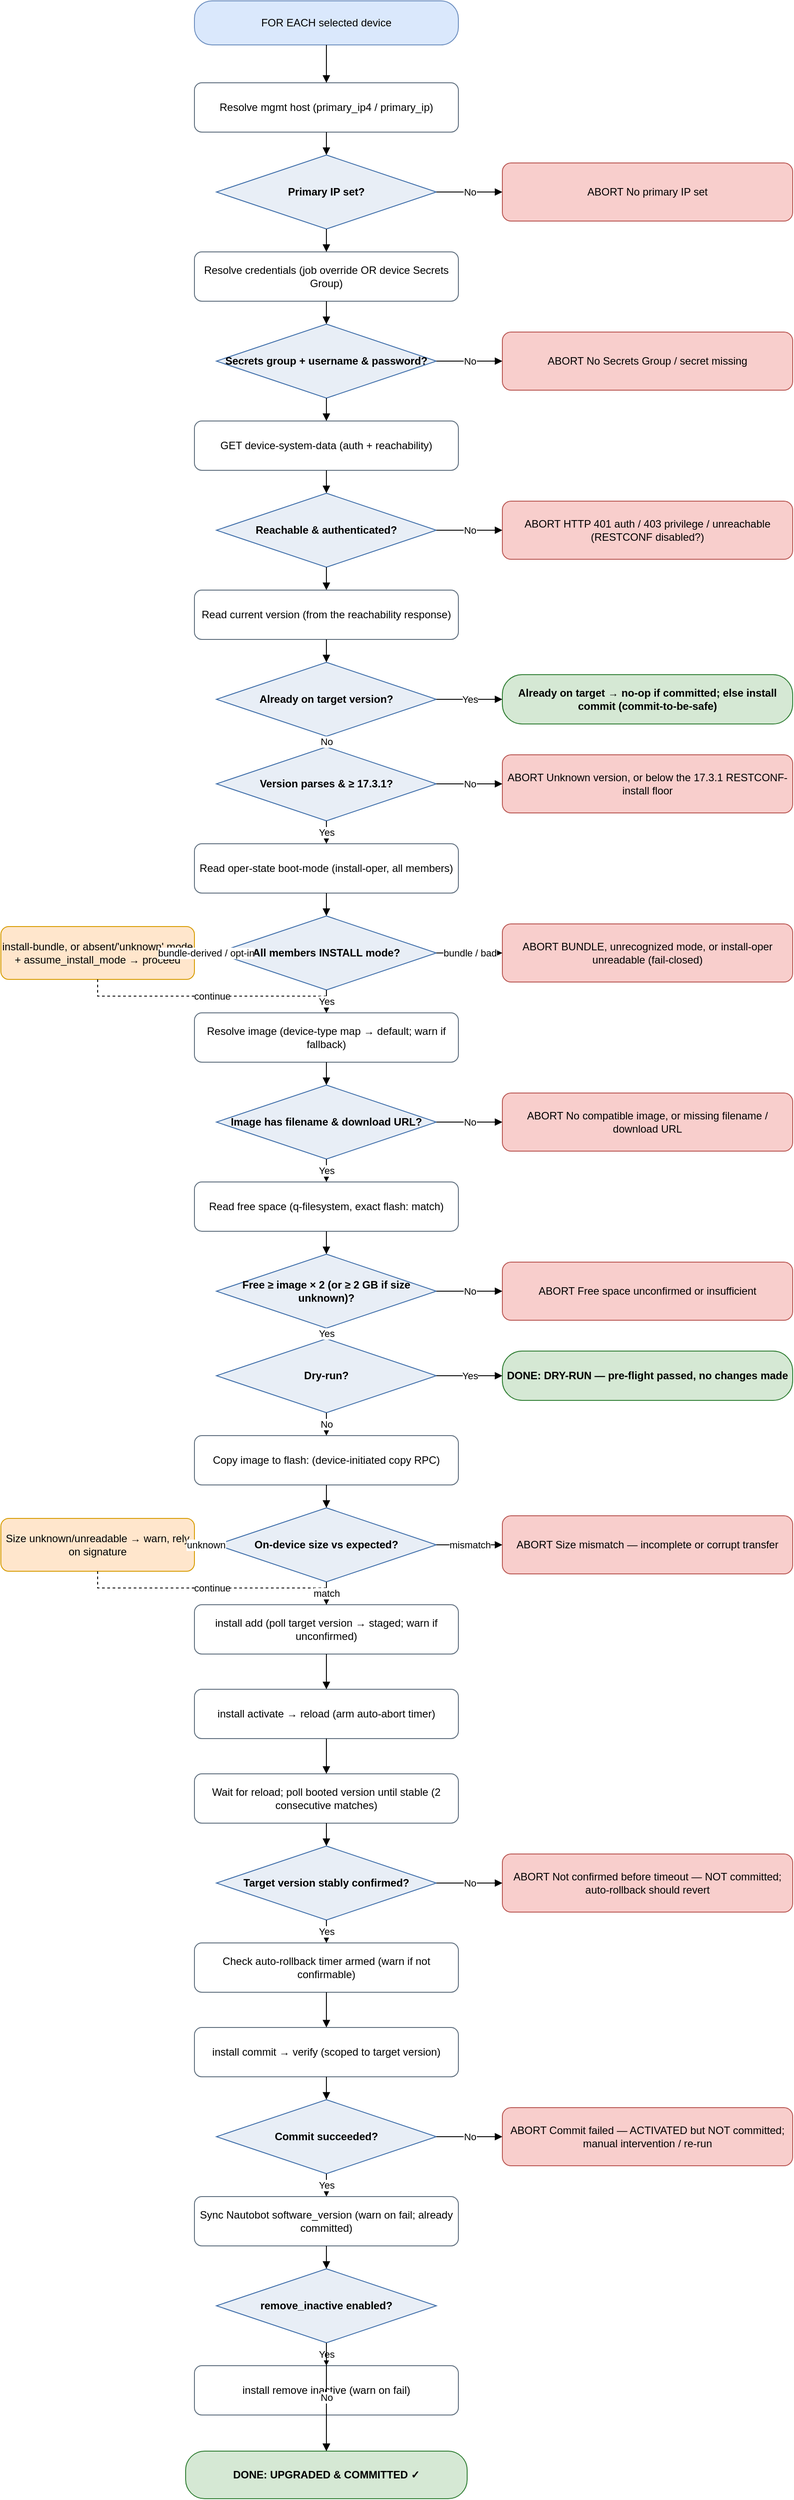
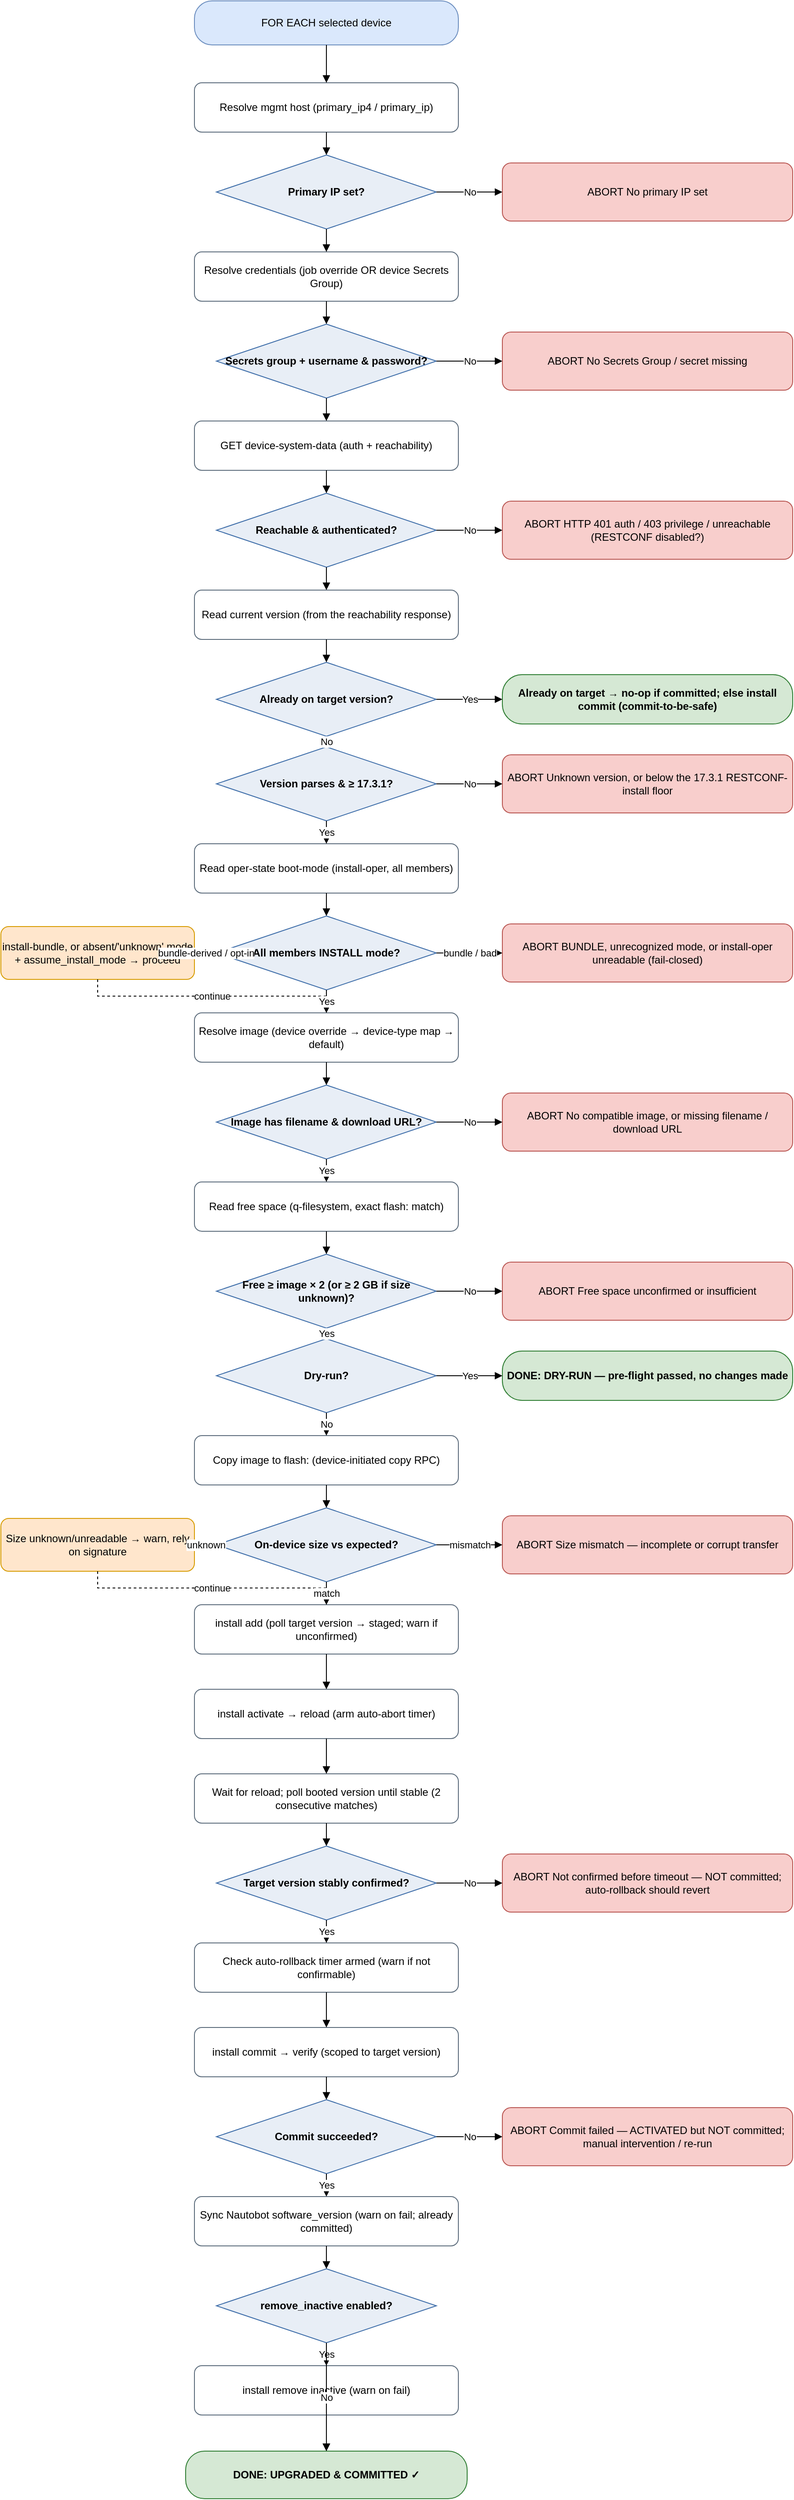
<mxfile host="app.diagrams.net" type="device">
  <diagram name="IOS-XE upgrade flow" id="iosxe-upgrade-flow">
    <mxGraphModel dx="1000" dy="2000" grid="1" gridSize="10" guides="1" tooltips="1"
        connect="1" arrows="1" fold="1" page="1" pageScale="1" math="0" shadow="0">
      <root>
        <mxCell id="0"/>
        <mxCell id="1" parent="0"/>
        <mxCell id="start" value="FOR EACH selected device" style="rounded=1;arcSize=40;whiteSpace=wrap;html=1;fillColor=#DAE8FC;strokeColor=#6C8EBF;" vertex="1" parent="1"><mxGeometry x="250" y="31" width="300" height="50" as="geometry"/></mxCell>
        <mxCell id="host" value="Resolve mgmt host&amp;#10;(primary_ip4 / primary_ip)" style="rounded=1;whiteSpace=wrap;html=1;fillColor=#FFFFFF;strokeColor=#5B6B7B;" vertex="1" parent="1"><mxGeometry x="250" y="124" width="300" height="56" as="geometry"/></mxCell>
        <mxCell id="d_ip" value="Primary IP set?" style="rhombus;whiteSpace=wrap;html=1;fillColor=#E8EEF6;strokeColor=#3C6CA8;fontStyle=1;" vertex="1" parent="1"><mxGeometry x="275" y="206" width="250" height="84" as="geometry"/></mxCell>
        <mxCell id="cred" value="Resolve credentials&amp;#10;(job override OR device Secrets Group)" style="rounded=1;whiteSpace=wrap;html=1;fillColor=#FFFFFF;strokeColor=#5B6B7B;" vertex="1" parent="1"><mxGeometry x="250" y="316" width="300" height="56" as="geometry"/></mxCell>
        <mxCell id="d_cred" value="Secrets group +&amp;#10;username &amp; password?" style="rhombus;whiteSpace=wrap;html=1;fillColor=#E8EEF6;strokeColor=#3C6CA8;fontStyle=1;" vertex="1" parent="1"><mxGeometry x="275" y="398" width="250" height="84" as="geometry"/></mxCell>
        <mxCell id="reach" value="GET device-system-data&amp;#10;(auth + reachability)" style="rounded=1;whiteSpace=wrap;html=1;fillColor=#FFFFFF;strokeColor=#5B6B7B;" vertex="1" parent="1"><mxGeometry x="250" y="508" width="300" height="56" as="geometry"/></mxCell>
        <mxCell id="d_reach" value="Reachable &amp;&amp;#10;authenticated?" style="rhombus;whiteSpace=wrap;html=1;fillColor=#E8EEF6;strokeColor=#3C6CA8;fontStyle=1;" vertex="1" parent="1"><mxGeometry x="275" y="590" width="250" height="84" as="geometry"/></mxCell>
        <mxCell id="curr" value="Read current version&amp;#10;(from the reachability response)" style="rounded=1;whiteSpace=wrap;html=1;fillColor=#FFFFFF;strokeColor=#5B6B7B;" vertex="1" parent="1"><mxGeometry x="250" y="700" width="300" height="56" as="geometry"/></mxCell>
        <mxCell id="d_target" value="Already on&amp;#10;target version?" style="rhombus;whiteSpace=wrap;html=1;fillColor=#E8EEF6;strokeColor=#3C6CA8;fontStyle=1;" vertex="1" parent="1"><mxGeometry x="275" y="782" width="250" height="84" as="geometry"/></mxCell>
        <mxCell id="d_floor" value="Version parses&amp;#10;&amp; ≥ 17.3.1?" style="rhombus;whiteSpace=wrap;html=1;fillColor=#E8EEF6;strokeColor=#3C6CA8;fontStyle=1;" vertex="1" parent="1"><mxGeometry x="275" y="878" width="250" height="84" as="geometry"/></mxCell>
        <mxCell id="mode" value="Read oper-state boot-mode&amp;#10;(install-oper, all members)" style="rounded=1;whiteSpace=wrap;html=1;fillColor=#FFFFFF;strokeColor=#5B6B7B;" vertex="1" parent="1"><mxGeometry x="250" y="988" width="300" height="56" as="geometry"/></mxCell>
        <mxCell id="d_mode" value="All members&amp;#10;INSTALL mode?" style="rhombus;whiteSpace=wrap;html=1;fillColor=#E8EEF6;strokeColor=#3C6CA8;fontStyle=1;" vertex="1" parent="1"><mxGeometry x="275" y="1070" width="250" height="84" as="geometry"/></mxCell>
-         <mxCell id="img" value="Resolve image (device-type map&amp;#10;→ default; warn if fallback)" style="rounded=1;whiteSpace=wrap;html=1;fillColor=#FFFFFF;strokeColor=#5B6B7B;" vertex="1" parent="1"><mxGeometry x="250" y="1180" width="300" height="56" as="geometry"/></mxCell>
+         <mxCell id="img" value="Resolve image (device override →&amp;#10;device-type map → default)" style="rounded=1;whiteSpace=wrap;html=1;fillColor=#FFFFFF;strokeColor=#5B6B7B;" vertex="1" parent="1"><mxGeometry x="250" y="1180" width="300" height="56" as="geometry"/></mxCell>
        <mxCell id="d_img" value="Image has filename&amp;#10;&amp; download URL?" style="rhombus;whiteSpace=wrap;html=1;fillColor=#E8EEF6;strokeColor=#3C6CA8;fontStyle=1;" vertex="1" parent="1"><mxGeometry x="275" y="1262" width="250" height="84" as="geometry"/></mxCell>
        <mxCell id="space" value="Read free space&amp;#10;(q-filesystem, exact flash: match)" style="rounded=1;whiteSpace=wrap;html=1;fillColor=#FFFFFF;strokeColor=#5B6B7B;" vertex="1" parent="1"><mxGeometry x="250" y="1372" width="300" height="56" as="geometry"/></mxCell>
        <mxCell id="d_space" value="Free ≥ image × 2&amp;#10;(or ≥ 2 GB if size unknown)?" style="rhombus;whiteSpace=wrap;html=1;fillColor=#E8EEF6;strokeColor=#3C6CA8;fontStyle=1;" vertex="1" parent="1"><mxGeometry x="275" y="1454" width="250" height="84" as="geometry"/></mxCell>
        <mxCell id="d_dry" value="Dry-run?" style="rhombus;whiteSpace=wrap;html=1;fillColor=#E8EEF6;strokeColor=#3C6CA8;fontStyle=1;" vertex="1" parent="1"><mxGeometry x="275" y="1550" width="250" height="84" as="geometry"/></mxCell>
        <mxCell id="copy" value="Copy image to flash:&amp;#10;(device-initiated copy RPC)" style="rounded=1;whiteSpace=wrap;html=1;fillColor=#FFFFFF;strokeColor=#5B6B7B;" vertex="1" parent="1"><mxGeometry x="250" y="1660" width="300" height="56" as="geometry"/></mxCell>
        <mxCell id="d_size" value="On-device size&amp;#10;vs expected?" style="rhombus;whiteSpace=wrap;html=1;fillColor=#E8EEF6;strokeColor=#3C6CA8;fontStyle=1;" vertex="1" parent="1"><mxGeometry x="275" y="1742" width="250" height="84" as="geometry"/></mxCell>
        <mxCell id="add" value="install add (poll target version&amp;#10;→ staged; warn if unconfirmed)" style="rounded=1;whiteSpace=wrap;html=1;fillColor=#FFFFFF;strokeColor=#5B6B7B;" vertex="1" parent="1"><mxGeometry x="250" y="1852" width="300" height="56" as="geometry"/></mxCell>
        <mxCell id="act" value="install activate → reload&amp;#10;(arm auto-abort timer)" style="rounded=1;whiteSpace=wrap;html=1;fillColor=#FFFFFF;strokeColor=#5B6B7B;" vertex="1" parent="1"><mxGeometry x="250" y="1948" width="300" height="56" as="geometry"/></mxCell>
        <mxCell id="waitc" value="Wait for reload; poll booted version&amp;#10;until stable (2 consecutive matches)" style="rounded=1;whiteSpace=wrap;html=1;fillColor=#FFFFFF;strokeColor=#5B6B7B;" vertex="1" parent="1"><mxGeometry x="250" y="2044" width="300" height="56" as="geometry"/></mxCell>
        <mxCell id="d_confirm" value="Target version&amp;#10;stably confirmed?" style="rhombus;whiteSpace=wrap;html=1;fillColor=#E8EEF6;strokeColor=#3C6CA8;fontStyle=1;" vertex="1" parent="1"><mxGeometry x="275" y="2126" width="250" height="84" as="geometry"/></mxCell>
        <mxCell id="rollbackchk" value="Check auto-rollback timer armed&amp;#10;(warn if not confirmable)" style="rounded=1;whiteSpace=wrap;html=1;fillColor=#FFFFFF;strokeColor=#5B6B7B;" vertex="1" parent="1"><mxGeometry x="250" y="2236" width="300" height="56" as="geometry"/></mxCell>
        <mxCell id="commit" value="install commit → verify&amp;#10;(scoped to target version)" style="rounded=1;whiteSpace=wrap;html=1;fillColor=#FFFFFF;strokeColor=#5B6B7B;" vertex="1" parent="1"><mxGeometry x="250" y="2332" width="300" height="56" as="geometry"/></mxCell>
        <mxCell id="d_commit" value="Commit&amp;#10;succeeded?" style="rhombus;whiteSpace=wrap;html=1;fillColor=#E8EEF6;strokeColor=#3C6CA8;fontStyle=1;" vertex="1" parent="1"><mxGeometry x="275" y="2414" width="250" height="84" as="geometry"/></mxCell>
        <mxCell id="sync" value="Sync Nautobot software_version&amp;#10;(warn on fail; already committed)" style="rounded=1;whiteSpace=wrap;html=1;fillColor=#FFFFFF;strokeColor=#5B6B7B;" vertex="1" parent="1"><mxGeometry x="250" y="2524" width="300" height="56" as="geometry"/></mxCell>
        <mxCell id="d_remove" value="remove_inactive&amp;#10;enabled?" style="rhombus;whiteSpace=wrap;html=1;fillColor=#E8EEF6;strokeColor=#3C6CA8;fontStyle=1;" vertex="1" parent="1"><mxGeometry x="275" y="2606" width="250" height="84" as="geometry"/></mxCell>
        <mxCell id="remove" value="install remove inactive&amp;#10;(warn on fail)" style="rounded=1;whiteSpace=wrap;html=1;fillColor=#FFFFFF;strokeColor=#5B6B7B;" vertex="1" parent="1"><mxGeometry x="250" y="2716" width="300" height="56" as="geometry"/></mxCell>
        <mxCell id="ok" value="DONE: UPGRADED &amp; COMMITTED ✓" style="rounded=1;arcSize=40;whiteSpace=wrap;html=1;fillColor=#D5E8D4;strokeColor=#2E7D32;fontStyle=1;" vertex="1" parent="1"><mxGeometry x="240" y="2813" width="320" height="54" as="geometry"/></mxCell>
        <mxCell id="d_ip_abort" value="ABORT&amp;#10;No primary IP set" style="rounded=1;whiteSpace=wrap;html=1;fillColor=#F8CECC;strokeColor=#B85450;" vertex="1" parent="1"><mxGeometry x="600" y="215" width="330" height="66" as="geometry"/></mxCell>
        <mxCell id="d_cred_abort" value="ABORT&amp;#10;No Secrets Group / secret missing" style="rounded=1;whiteSpace=wrap;html=1;fillColor=#F8CECC;strokeColor=#B85450;" vertex="1" parent="1"><mxGeometry x="600" y="407" width="330" height="66" as="geometry"/></mxCell>
        <mxCell id="d_reach_abort" value="ABORT&amp;#10;HTTP 401 auth / 403 privilege /&amp;#10;unreachable (RESTCONF disabled?)" style="rounded=1;whiteSpace=wrap;html=1;fillColor=#F8CECC;strokeColor=#B85450;" vertex="1" parent="1"><mxGeometry x="600" y="599" width="330" height="66" as="geometry"/></mxCell>
        <mxCell id="d_target_ok" value="Already on target → no-op if committed;&amp;#10;else install commit (commit-to-be-safe)" style="rounded=1;arcSize=40;whiteSpace=wrap;html=1;fillColor=#D5E8D4;strokeColor=#2E7D32;fontStyle=1;" vertex="1" parent="1"><mxGeometry x="600" y="796" width="330" height="56" as="geometry"/></mxCell>
        <mxCell id="d_floor_abort" value="ABORT&amp;#10;Unknown version, or below the&amp;#10;17.3.1 RESTCONF-install floor" style="rounded=1;whiteSpace=wrap;html=1;fillColor=#F8CECC;strokeColor=#B85450;" vertex="1" parent="1"><mxGeometry x="600" y="887" width="330" height="66" as="geometry"/></mxCell>
        <mxCell id="d_mode_abort" value="ABORT&amp;#10;BUNDLE, unrecognized mode, or&amp;#10;install-oper unreadable (fail-closed)" style="rounded=1;whiteSpace=wrap;html=1;fillColor=#F8CECC;strokeColor=#B85450;" vertex="1" parent="1"><mxGeometry x="600" y="1079" width="330" height="66" as="geometry"/></mxCell>
        <mxCell id="d_mode_warn" value="install-bundle, or absent/&#x27;unknown&#x27;&amp;#10;mode + assume_install_mode → proceed" style="rounded=1;whiteSpace=wrap;html=1;fillColor=#FFE6CC;strokeColor=#D79B00;" vertex="1" parent="1"><mxGeometry x="30" y="1082" width="220" height="60" as="geometry"/></mxCell>
        <mxCell id="d_img_abort" value="ABORT&amp;#10;No compatible image, or missing&amp;#10;filename / download URL" style="rounded=1;whiteSpace=wrap;html=1;fillColor=#F8CECC;strokeColor=#B85450;" vertex="1" parent="1"><mxGeometry x="600" y="1271" width="330" height="66" as="geometry"/></mxCell>
        <mxCell id="d_space_abort" value="ABORT&amp;#10;Free space unconfirmed or&amp;#10;insufficient" style="rounded=1;whiteSpace=wrap;html=1;fillColor=#F8CECC;strokeColor=#B85450;" vertex="1" parent="1"><mxGeometry x="600" y="1463" width="330" height="66" as="geometry"/></mxCell>
        <mxCell id="d_dry_ok" value="DONE: DRY-RUN — pre-flight&amp;#10;passed, no changes made" style="rounded=1;arcSize=40;whiteSpace=wrap;html=1;fillColor=#D5E8D4;strokeColor=#2E7D32;fontStyle=1;" vertex="1" parent="1"><mxGeometry x="600" y="1564" width="330" height="56" as="geometry"/></mxCell>
        <mxCell id="d_size_abort" value="ABORT&amp;#10;Size mismatch — incomplete&amp;#10;or corrupt transfer" style="rounded=1;whiteSpace=wrap;html=1;fillColor=#F8CECC;strokeColor=#B85450;" vertex="1" parent="1"><mxGeometry x="600" y="1751" width="330" height="66" as="geometry"/></mxCell>
        <mxCell id="d_size_warn" value="Size unknown/unreadable&amp;#10;→ warn, rely on signature" style="rounded=1;whiteSpace=wrap;html=1;fillColor=#FFE6CC;strokeColor=#D79B00;" vertex="1" parent="1"><mxGeometry x="30" y="1754" width="220" height="60" as="geometry"/></mxCell>
        <mxCell id="d_confirm_abort" value="ABORT&amp;#10;Not confirmed before timeout — NOT&amp;#10;committed; auto-rollback should revert" style="rounded=1;whiteSpace=wrap;html=1;fillColor=#F8CECC;strokeColor=#B85450;" vertex="1" parent="1"><mxGeometry x="600" y="2135" width="330" height="66" as="geometry"/></mxCell>
        <mxCell id="d_commit_abort" value="ABORT&amp;#10;Commit failed — ACTIVATED but NOT&amp;#10;committed; manual intervention / re-run" style="rounded=1;whiteSpace=wrap;html=1;fillColor=#F8CECC;strokeColor=#B85450;" vertex="1" parent="1"><mxGeometry x="600" y="2423" width="330" height="66" as="geometry"/></mxCell>
        <mxCell id="e_d_ip_abort" value="No" style="edgeStyle=orthogonalEdgeStyle;rounded=0;html=1;endArrow=block;" edge="1" parent="1" source="d_ip" target="d_ip_abort"><mxGeometry relative="1" as="geometry"/></mxCell>
        <mxCell id="e_d_cred_abort" value="No" style="edgeStyle=orthogonalEdgeStyle;rounded=0;html=1;endArrow=block;" edge="1" parent="1" source="d_cred" target="d_cred_abort"><mxGeometry relative="1" as="geometry"/></mxCell>
        <mxCell id="e_d_reach_abort" value="No" style="edgeStyle=orthogonalEdgeStyle;rounded=0;html=1;endArrow=block;" edge="1" parent="1" source="d_reach" target="d_reach_abort"><mxGeometry relative="1" as="geometry"/></mxCell>
        <mxCell id="e_d_target_ok" value="Yes" style="edgeStyle=orthogonalEdgeStyle;rounded=0;html=1;endArrow=block;" edge="1" parent="1" source="d_target" target="d_target_ok"><mxGeometry relative="1" as="geometry"/></mxCell>
        <mxCell id="e_d_floor_abort" value="No" style="edgeStyle=orthogonalEdgeStyle;rounded=0;html=1;endArrow=block;" edge="1" parent="1" source="d_floor" target="d_floor_abort"><mxGeometry relative="1" as="geometry"/></mxCell>
        <mxCell id="e_d_mode_abort" value="bundle / bad" style="edgeStyle=orthogonalEdgeStyle;rounded=0;html=1;endArrow=block;" edge="1" parent="1" source="d_mode" target="d_mode_abort"><mxGeometry relative="1" as="geometry"/></mxCell>
        <mxCell id="e_d_mode_warn" value="bundle-derived /
opt-in" style="edgeStyle=orthogonalEdgeStyle;rounded=0;html=1;endArrow=block;" edge="1" parent="1" source="d_mode" target="d_mode_warn"><mxGeometry relative="1" as="geometry"/></mxCell>
        <mxCell id="e_d_mode_warn_join" value="continue" style="edgeStyle=orthogonalEdgeStyle;rounded=0;html=1;endArrow=block;dashed=1;" edge="1" parent="1" source="d_mode_warn" target="img"><mxGeometry relative="1" as="geometry"/></mxCell>
        <mxCell id="e_d_img_abort" value="No" style="edgeStyle=orthogonalEdgeStyle;rounded=0;html=1;endArrow=block;" edge="1" parent="1" source="d_img" target="d_img_abort"><mxGeometry relative="1" as="geometry"/></mxCell>
        <mxCell id="e_d_space_abort" value="No" style="edgeStyle=orthogonalEdgeStyle;rounded=0;html=1;endArrow=block;" edge="1" parent="1" source="d_space" target="d_space_abort"><mxGeometry relative="1" as="geometry"/></mxCell>
        <mxCell id="e_d_dry_ok" value="Yes" style="edgeStyle=orthogonalEdgeStyle;rounded=0;html=1;endArrow=block;" edge="1" parent="1" source="d_dry" target="d_dry_ok"><mxGeometry relative="1" as="geometry"/></mxCell>
        <mxCell id="e_d_size_abort" value="mismatch" style="edgeStyle=orthogonalEdgeStyle;rounded=0;html=1;endArrow=block;" edge="1" parent="1" source="d_size" target="d_size_abort"><mxGeometry relative="1" as="geometry"/></mxCell>
        <mxCell id="e_d_size_warn" value="unknown" style="edgeStyle=orthogonalEdgeStyle;rounded=0;html=1;endArrow=block;" edge="1" parent="1" source="d_size" target="d_size_warn"><mxGeometry relative="1" as="geometry"/></mxCell>
        <mxCell id="e_d_size_warn_join" value="continue" style="edgeStyle=orthogonalEdgeStyle;rounded=0;html=1;endArrow=block;dashed=1;" edge="1" parent="1" source="d_size_warn" target="add"><mxGeometry relative="1" as="geometry"/></mxCell>
        <mxCell id="e_d_confirm_abort" value="No" style="edgeStyle=orthogonalEdgeStyle;rounded=0;html=1;endArrow=block;" edge="1" parent="1" source="d_confirm" target="d_confirm_abort"><mxGeometry relative="1" as="geometry"/></mxCell>
        <mxCell id="e_d_commit_abort" value="No" style="edgeStyle=orthogonalEdgeStyle;rounded=0;html=1;endArrow=block;" edge="1" parent="1" source="d_commit" target="d_commit_abort"><mxGeometry relative="1" as="geometry"/></mxCell>
        <mxCell id="e_start_host" value="" style="edgeStyle=orthogonalEdgeStyle;rounded=0;html=1;endArrow=block;" edge="1" parent="1" source="start" target="host"><mxGeometry relative="1" as="geometry"/></mxCell>
        <mxCell id="e_host_d_ip" value="" style="edgeStyle=orthogonalEdgeStyle;rounded=0;html=1;endArrow=block;" edge="1" parent="1" source="host" target="d_ip"><mxGeometry relative="1" as="geometry"/></mxCell>
        <mxCell id="e_d_ip_cred" value="" style="edgeStyle=orthogonalEdgeStyle;rounded=0;html=1;endArrow=block;" edge="1" parent="1" source="d_ip" target="cred"><mxGeometry relative="1" as="geometry"/></mxCell>
        <mxCell id="e_cred_d_cred" value="" style="edgeStyle=orthogonalEdgeStyle;rounded=0;html=1;endArrow=block;" edge="1" parent="1" source="cred" target="d_cred"><mxGeometry relative="1" as="geometry"/></mxCell>
        <mxCell id="e_d_cred_reach" value="" style="edgeStyle=orthogonalEdgeStyle;rounded=0;html=1;endArrow=block;" edge="1" parent="1" source="d_cred" target="reach"><mxGeometry relative="1" as="geometry"/></mxCell>
        <mxCell id="e_reach_d_reach" value="" style="edgeStyle=orthogonalEdgeStyle;rounded=0;html=1;endArrow=block;" edge="1" parent="1" source="reach" target="d_reach"><mxGeometry relative="1" as="geometry"/></mxCell>
        <mxCell id="e_d_reach_curr" value="" style="edgeStyle=orthogonalEdgeStyle;rounded=0;html=1;endArrow=block;" edge="1" parent="1" source="d_reach" target="curr"><mxGeometry relative="1" as="geometry"/></mxCell>
        <mxCell id="e_curr_d_target" value="" style="edgeStyle=orthogonalEdgeStyle;rounded=0;html=1;endArrow=block;" edge="1" parent="1" source="curr" target="d_target"><mxGeometry relative="1" as="geometry"/></mxCell>
        <mxCell id="e_d_target_d_floor" value="No" style="edgeStyle=orthogonalEdgeStyle;rounded=0;html=1;endArrow=block;" edge="1" parent="1" source="d_target" target="d_floor"><mxGeometry relative="1" as="geometry"/></mxCell>
        <mxCell id="e_d_floor_mode" value="Yes" style="edgeStyle=orthogonalEdgeStyle;rounded=0;html=1;endArrow=block;" edge="1" parent="1" source="d_floor" target="mode"><mxGeometry relative="1" as="geometry"/></mxCell>
        <mxCell id="e_mode_d_mode" value="" style="edgeStyle=orthogonalEdgeStyle;rounded=0;html=1;endArrow=block;" edge="1" parent="1" source="mode" target="d_mode"><mxGeometry relative="1" as="geometry"/></mxCell>
        <mxCell id="e_d_mode_img" value="Yes" style="edgeStyle=orthogonalEdgeStyle;rounded=0;html=1;endArrow=block;" edge="1" parent="1" source="d_mode" target="img"><mxGeometry relative="1" as="geometry"/></mxCell>
        <mxCell id="e_img_d_img" value="" style="edgeStyle=orthogonalEdgeStyle;rounded=0;html=1;endArrow=block;" edge="1" parent="1" source="img" target="d_img"><mxGeometry relative="1" as="geometry"/></mxCell>
        <mxCell id="e_d_img_space" value="Yes" style="edgeStyle=orthogonalEdgeStyle;rounded=0;html=1;endArrow=block;" edge="1" parent="1" source="d_img" target="space"><mxGeometry relative="1" as="geometry"/></mxCell>
        <mxCell id="e_space_d_space" value="" style="edgeStyle=orthogonalEdgeStyle;rounded=0;html=1;endArrow=block;" edge="1" parent="1" source="space" target="d_space"><mxGeometry relative="1" as="geometry"/></mxCell>
        <mxCell id="e_d_space_d_dry" value="Yes" style="edgeStyle=orthogonalEdgeStyle;rounded=0;html=1;endArrow=block;" edge="1" parent="1" source="d_space" target="d_dry"><mxGeometry relative="1" as="geometry"/></mxCell>
        <mxCell id="e_d_dry_copy" value="No" style="edgeStyle=orthogonalEdgeStyle;rounded=0;html=1;endArrow=block;" edge="1" parent="1" source="d_dry" target="copy"><mxGeometry relative="1" as="geometry"/></mxCell>
        <mxCell id="e_copy_d_size" value="" style="edgeStyle=orthogonalEdgeStyle;rounded=0;html=1;endArrow=block;" edge="1" parent="1" source="copy" target="d_size"><mxGeometry relative="1" as="geometry"/></mxCell>
        <mxCell id="e_d_size_add" value="match" style="edgeStyle=orthogonalEdgeStyle;rounded=0;html=1;endArrow=block;" edge="1" parent="1" source="d_size" target="add"><mxGeometry relative="1" as="geometry"/></mxCell>
        <mxCell id="e_add_act" value="" style="edgeStyle=orthogonalEdgeStyle;rounded=0;html=1;endArrow=block;" edge="1" parent="1" source="add" target="act"><mxGeometry relative="1" as="geometry"/></mxCell>
        <mxCell id="e_act_waitc" value="" style="edgeStyle=orthogonalEdgeStyle;rounded=0;html=1;endArrow=block;" edge="1" parent="1" source="act" target="waitc"><mxGeometry relative="1" as="geometry"/></mxCell>
        <mxCell id="e_waitc_d_confirm" value="" style="edgeStyle=orthogonalEdgeStyle;rounded=0;html=1;endArrow=block;" edge="1" parent="1" source="waitc" target="d_confirm"><mxGeometry relative="1" as="geometry"/></mxCell>
        <mxCell id="e_d_confirm_rollbackchk" value="Yes" style="edgeStyle=orthogonalEdgeStyle;rounded=0;html=1;endArrow=block;" edge="1" parent="1" source="d_confirm" target="rollbackchk"><mxGeometry relative="1" as="geometry"/></mxCell>
        <mxCell id="e_rollbackchk_commit" value="" style="edgeStyle=orthogonalEdgeStyle;rounded=0;html=1;endArrow=block;" edge="1" parent="1" source="rollbackchk" target="commit"><mxGeometry relative="1" as="geometry"/></mxCell>
        <mxCell id="e_commit_d_commit" value="" style="edgeStyle=orthogonalEdgeStyle;rounded=0;html=1;endArrow=block;" edge="1" parent="1" source="commit" target="d_commit"><mxGeometry relative="1" as="geometry"/></mxCell>
        <mxCell id="e_d_commit_sync" value="Yes" style="edgeStyle=orthogonalEdgeStyle;rounded=0;html=1;endArrow=block;" edge="1" parent="1" source="d_commit" target="sync"><mxGeometry relative="1" as="geometry"/></mxCell>
        <mxCell id="e_sync_d_remove" value="" style="edgeStyle=orthogonalEdgeStyle;rounded=0;html=1;endArrow=block;" edge="1" parent="1" source="sync" target="d_remove"><mxGeometry relative="1" as="geometry"/></mxCell>
        <mxCell id="e_remove_yes" value="Yes" style="edgeStyle=orthogonalEdgeStyle;rounded=0;html=1;endArrow=block;" edge="1" parent="1" source="d_remove" target="remove"><mxGeometry relative="1" as="geometry"/></mxCell>
        <mxCell id="e_remove_ok" value="" style="edgeStyle=orthogonalEdgeStyle;rounded=0;html=1;endArrow=block;" edge="1" parent="1" source="remove" target="ok"><mxGeometry relative="1" as="geometry"/></mxCell>
        <mxCell id="e_remove_no" value="No" style="edgeStyle=orthogonalEdgeStyle;rounded=0;html=1;endArrow=block;" edge="1" parent="1" source="d_remove" target="ok"><mxGeometry relative="1" as="geometry"/></mxCell>
      </root>
    </mxGraphModel>
  </diagram>
</mxfile>
